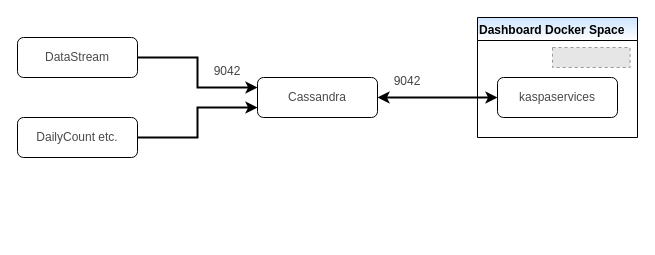
Earlier version of the draw.io diagram page "Cassandra" (10 of 12) of Developer's Guide/MataElang Services.drawio (mata-elang-stable/DevelopersGuide). Source tidied: cells renumbered, new cells numbered last; positions are measured from the earlier drawing's top-left corner, leaving out a move shared by most shapes. Both pictures are drawn from the tidied source at 100%, with x=0, y=0 at pixel (17, 17). Pictures stored in the file or linked from it are replaced by grey dashed boxes.
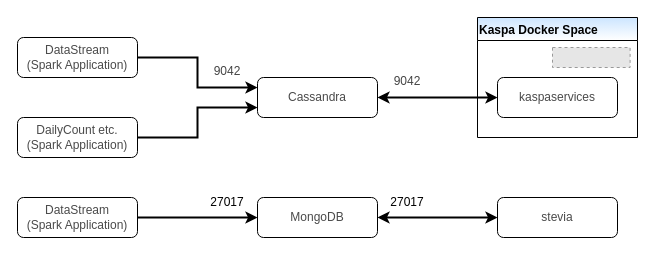
After the change.

The change refers to these unchanged cells:
```xml
<mxCell id="2" style="group;" parent="1" vertex="1">
  <mxGeometry width="620" height="140" as="geometry" />
</mxCell>
```

The edit, as a diff of the source:
```diff
@@
-    <mxCell id="4" value="&lt;font color=&quot;#4a4a4a&quot;&gt;&lt;span style=&quot;background-color: rgb(255 , 255 , 255)&quot;&gt;DailyCount etc.&lt;br&gt;&lt;/span&gt;&lt;/font&gt;" style="rounded=1;whiteSpace=wrap;html=1;fontSize=12;glass=0;strokeWidth=1;shadow=0;" parent="2" vertex="1">
+    <mxCell id="4" value="&lt;font color=&quot;#4a4a4a&quot;&gt;&lt;span style=&quot;background-color: rgb(255 , 255 , 255)&quot;&gt;DailyCount etc.&lt;br&gt;&lt;/span&gt;&lt;/font&gt;&lt;span style=&quot;color: rgb(74 , 74 , 74) ; background-color: rgb(255 , 255 , 255)&quot;&gt;(Spark Application)&lt;/span&gt;&lt;font color=&quot;#4a4a4a&quot;&gt;&lt;span style=&quot;background-color: rgb(255 , 255 , 255)&quot;&gt;&lt;br&gt;&lt;/span&gt;&lt;/font&gt;" style="rounded=1;whiteSpace=wrap;html=1;fontSize=12;glass=0;strokeWidth=1;shadow=0;" parent="2" vertex="1">
       <mxGeometry y="100" width="120" height="40" as="geometry" />
     </mxCell>
@@
-    <mxCell id="7" value="&lt;font color=&quot;#4a4a4a&quot;&gt;&lt;span style=&quot;background-color: rgb(255 , 255 , 255)&quot;&gt;DataStream&lt;br&gt;&lt;/span&gt;&lt;/font&gt;" style="rounded=1;whiteSpace=wrap;html=1;fontSize=12;glass=0;strokeWidth=1;shadow=0;" parent="2" vertex="1">
+    <mxCell id="7" value="&lt;font color=&quot;#4a4a4a&quot;&gt;&lt;span style=&quot;background-color: rgb(255 , 255 , 255)&quot;&gt;DataStream&lt;br&gt;&lt;/span&gt;&lt;/font&gt;&lt;span style=&quot;color: rgb(74 , 74 , 74) ; background-color: rgb(255 , 255 , 255)&quot;&gt;(Spark Application)&lt;/span&gt;&lt;font color=&quot;#4a4a4a&quot;&gt;&lt;span style=&quot;background-color: rgb(255 , 255 , 255)&quot;&gt;&lt;br&gt;&lt;/span&gt;&lt;/font&gt;" style="rounded=1;whiteSpace=wrap;html=1;fontSize=12;glass=0;strokeWidth=1;shadow=0;" parent="2" vertex="1">
       <mxGeometry y="20" width="120" height="40" as="geometry" />
     </mxCell>
@@
-    <mxCell id="9" value="Dashboard Docker Space" style="swimlane;strokeColor=default;fillColor=#CCE5FF;align=left;gradientColor=#ffffff;swimlaneFillColor=none;" parent="2" vertex="1">
+    <mxCell id="9" value="Kaspa Docker Space" style="swimlane;strokeColor=default;fillColor=#CCE5FF;align=left;gradientColor=#ffffff;swimlaneFillColor=none;" parent="2" vertex="1">
       <mxGeometry x="460" width="160" height="120" as="geometry" />
     </mxCell>
@@
+    <mxCell id="15" style="group;" parent="1" vertex="1">
+      <mxGeometry y="170" width="600" height="50" as="geometry" />
+    </mxCell>
+    <mxCell id="16" value="&lt;font color=&quot;#4a4a4a&quot;&gt;&lt;span style=&quot;background-color: rgb(255 , 255 , 255)&quot;&gt;DataStream&lt;br&gt;(Spark Application)&lt;br&gt;&lt;/span&gt;&lt;/font&gt;" style="rounded=1;whiteSpace=wrap;html=1;fontSize=12;glass=0;strokeWidth=1;shadow=0;" parent="15" vertex="1">
+      <mxGeometry y="10" width="120" height="40" as="geometry" />
+    </mxCell>
+    <mxCell id="17" value="&lt;font color=&quot;#4a4a4a&quot;&gt;&lt;span style=&quot;background-color: rgb(255 , 255 , 255)&quot;&gt;MongoDB&lt;br&gt;&lt;/span&gt;&lt;/font&gt;" style="rounded=1;whiteSpace=wrap;html=1;fontSize=12;glass=0;strokeWidth=1;shadow=0;" parent="15" vertex="1">
+      <mxGeometry x="240" y="10" width="120" height="40" as="geometry" />
+    </mxCell>
+    <mxCell id="18" style="endArrow=classic;html=1;rounded=0;edgeStyle=orthogonalEdgeStyle;exitX=1;exitY=0.5;exitDx=0;exitDy=0;entryX=0;entryY=0.5;entryDx=0;entryDy=0;strokeWidth=2;" parent="15" edge="1" source="16" target="17">
+      <mxGeometry relative="1" as="geometry" />
+    </mxCell>
+    <mxCell id="19" value="27017" style="text;html=1;strokeColor=none;fillColor=none;align=center;verticalAlign=middle;whiteSpace=wrap;rounded=0;" parent="15" vertex="1">
+      <mxGeometry x="180" width="60" height="30" as="geometry" />
+    </mxCell>
+    <mxCell id="20" value="&lt;font color=&quot;#4a4a4a&quot;&gt;&lt;span style=&quot;background-color: rgb(255 , 255 , 255)&quot;&gt;stevia&lt;br&gt;&lt;/span&gt;&lt;/font&gt;" style="rounded=1;whiteSpace=wrap;html=1;fontSize=12;glass=0;strokeWidth=1;shadow=0;" parent="15" vertex="1">
+      <mxGeometry x="480" y="10" width="120" height="40" as="geometry" />
+    </mxCell>
+    <mxCell id="21" style="endArrow=classic;html=1;rounded=0;edgeStyle=orthogonalEdgeStyle;exitX=1;exitY=0.5;exitDx=0;exitDy=0;entryX=0;entryY=0.5;entryDx=0;entryDy=0;strokeWidth=2;startArrow=classic;startFill=1;" parent="15" edge="1" source="17" target="20">
+      <mxGeometry relative="1" as="geometry" />
+    </mxCell>
+    <mxCell id="22" value="27017" style="text;html=1;strokeColor=none;fillColor=none;align=center;verticalAlign=middle;whiteSpace=wrap;rounded=0;" parent="15" vertex="1">
+      <mxGeometry x="360" width="60" height="30" as="geometry" />
+    </mxCell>
```
